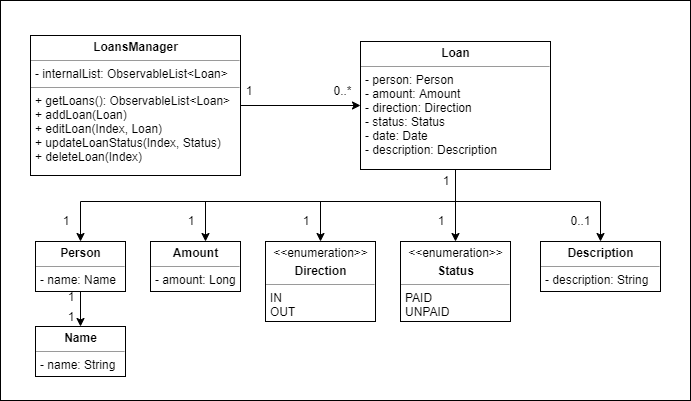
Before: docs/images/LoanClassDiagram.png, a diagram exported from draw.io (nus-cs2103-AY1920S1/addressbook-level3). Source tidied: cells renumbered, new cells last; positions are measured from the earlier drawing's top-left corner, leaving out a move shared by most shapes.
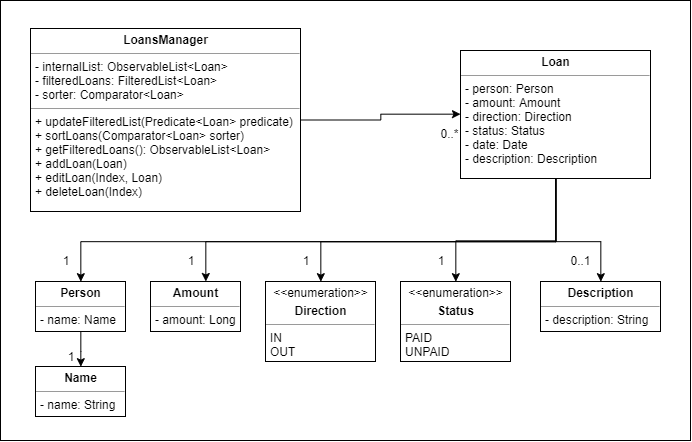
After the commit.

Diff of the diagram source:
```diff
@@ -3,18 +3,18 @@
     <mxCell id="0" />
     <mxCell id="1" parent="0" />
     <mxCell id="2" style="rounded=0;whiteSpace=wrap;html=1;" parent="1" vertex="1">
-      <mxGeometry width="690" height="400" as="geometry" />
+      <mxGeometry y="-40" width="690" height="440" as="geometry" />
     </mxCell>
     <mxCell id="3" style="edgeStyle=orthogonalEdgeStyle;rounded=0;jettySize=auto;html=1;exitX=1;exitY=0.5;exitDx=0;exitDy=0;" parent="1" edge="1" source="4" target="10">
       <mxGeometry relative="1" as="geometry" />
     </mxCell>
-    <mxCell id="4" value="&lt;p style=&quot;margin: 0px ; margin-top: 4px ; text-align: center&quot;&gt;&lt;b&gt;LoansManager&lt;/b&gt;&lt;br&gt;&lt;/p&gt;&lt;hr size=&quot;1&quot;&gt;&lt;p style=&quot;margin: 0px ; margin-left: 4px&quot;&gt;- internalList: ObservableList&amp;lt;Loan&amp;gt;&lt;/p&gt;&lt;hr size=&quot;1&quot;&gt;&lt;p style=&quot;margin: 0px ; margin-left: 4px&quot;&gt;+ getLoans(): ObservableList&amp;lt;Loan&amp;gt;&lt;br&gt;+ addLoan(Loan)&lt;/p&gt;&lt;p style=&quot;margin: 0px ; margin-left: 4px&quot;&gt;+ editLoan(Index, Loan)&lt;/p&gt;&lt;p style=&quot;margin: 0px ; margin-left: 4px&quot;&gt;+ updateLoanStatus(Index, Status)&lt;/p&gt;&lt;p style=&quot;margin: 0px ; margin-left: 4px&quot;&gt;+ deleteLoan(Index)&lt;/p&gt;" style="verticalAlign=top;align=left;overflow=fill;fontSize=12;fontFamily=Helvetica;html=1;rounded=0;shadow=0;comic=0;labelBackgroundColor=none;strokeColor=#000000;strokeWidth=1;fillColor=#ffffff;" parent="1" vertex="1">
-      <mxGeometry x="30" y="35" width="210" height="140" as="geometry" />
+    <mxCell id="4" value="&lt;p style=&quot;margin: 0px ; margin-top: 4px ; text-align: center&quot;&gt;&lt;b&gt;LoansManager&lt;/b&gt;&lt;br&gt;&lt;/p&gt;&lt;hr size=&quot;1&quot;&gt;&lt;p style=&quot;margin: 0px ; margin-left: 4px&quot;&gt;- internalList: ObservableList&amp;lt;Loan&amp;gt;&lt;/p&gt;&lt;p style=&quot;margin: 0px ; margin-left: 4px&quot;&gt;- filteredLoans: FilteredList&amp;lt;Loan&amp;gt;&lt;br&gt;&lt;/p&gt;&lt;p style=&quot;margin: 0px ; margin-left: 4px&quot;&gt;- sorter: Comparator&amp;lt;Loan&amp;gt;&lt;/p&gt;&lt;hr size=&quot;1&quot;&gt;&lt;p style=&quot;margin: 0px ; margin-left: 4px&quot;&gt;+ updateFilteredList(Predicate&amp;lt;Loan&amp;gt; predicate)&lt;/p&gt;&lt;p style=&quot;margin: 0px ; margin-left: 4px&quot;&gt;+ sortLoans(Comparator&amp;lt;Loan&amp;gt; sorter)&lt;/p&gt;&lt;p style=&quot;margin: 0px ; margin-left: 4px&quot;&gt;&lt;span&gt;+ getFilteredLoans(): ObservableList&amp;lt;Loan&amp;gt;&lt;/span&gt;&lt;/p&gt;&lt;p style=&quot;margin: 0px ; margin-left: 4px&quot;&gt;+ addLoan(Loan)&lt;/p&gt;&lt;p style=&quot;margin: 0px ; margin-left: 4px&quot;&gt;+ editLoan(Index, Loan)&lt;/p&gt;&lt;p style=&quot;margin: 0px ; margin-left: 4px&quot;&gt;+ deleteLoan(Index)&lt;/p&gt;" style="verticalAlign=top;align=left;overflow=fill;fontSize=12;fontFamily=Helvetica;html=1;rounded=0;shadow=0;comic=0;labelBackgroundColor=none;strokeColor=#000000;strokeWidth=1;fillColor=#ffffff;" parent="1" vertex="1">
+      <mxGeometry x="30" y="-12" width="270" height="183" as="geometry" />
     </mxCell>
     <mxCell id="5" style="edgeStyle=orthogonalEdgeStyle;rounded=0;jettySize=auto;html=1;entryX=0.5;entryY=0;entryDx=0;entryDy=0;" parent="1" edge="1" source="10" target="12">
       <mxGeometry relative="1" as="geometry">
         <Array as="points">
-          <mxPoint x="455" y="201" />
+          <mxPoint x="555" y="201" />
           <mxPoint x="80" y="201" />
         </Array>
       </mxGeometry>
@@ -22,18 +22,23 @@
     <mxCell id="6" style="edgeStyle=orthogonalEdgeStyle;rounded=0;jettySize=auto;html=1;" parent="1" edge="1" source="10" target="14">
       <mxGeometry relative="1" as="geometry">
         <Array as="points">
-          <mxPoint x="455" y="201" />
+          <mxPoint x="555" y="201" />
           <mxPoint x="205" y="201" />
         </Array>
       </mxGeometry>
     </mxCell>
     <mxCell id="7" style="edgeStyle=orthogonalEdgeStyle;rounded=0;jettySize=auto;html=1;entryX=0.5;entryY=0;entryDx=0;entryDy=0;" parent="1" edge="1" source="10" target="17">
-      <mxGeometry relative="1" as="geometry" />
+      <mxGeometry relative="1" as="geometry">
+        <Array as="points">
+          <mxPoint x="555" y="200" />
+          <mxPoint x="455" y="200" />
+        </Array>
+      </mxGeometry>
     </mxCell>
     <mxCell id="8" style="edgeStyle=orthogonalEdgeStyle;rounded=0;jettySize=auto;html=1;entryX=0.5;entryY=0;entryDx=0;entryDy=0;" parent="1" edge="1" source="10" target="16">
       <mxGeometry relative="1" as="geometry">
         <Array as="points">
-          <mxPoint x="455" y="201" />
+          <mxPoint x="555" y="201" />
           <mxPoint x="600" y="201" />
         </Array>
       </mxGeometry>
@@ -41,13 +46,13 @@
     <mxCell id="9" style="edgeStyle=orthogonalEdgeStyle;rounded=0;jettySize=auto;html=1;entryX=0.5;entryY=0;entryDx=0;entryDy=0;" parent="1" edge="1" source="10" target="15">
       <mxGeometry relative="1" as="geometry">
         <Array as="points">
-          <mxPoint x="455" y="201" />
+          <mxPoint x="555" y="201" />
           <mxPoint x="320" y="201" />
         </Array>
       </mxGeometry>
     </mxCell>
     <mxCell id="10" value="&lt;p style=&quot;margin: 0px ; margin-top: 4px ; text-align: center&quot;&gt;&lt;b&gt;Loan&lt;/b&gt;&lt;br&gt;&lt;/p&gt;&lt;hr size=&quot;1&quot;&gt;&lt;p style=&quot;margin: 0px ; margin-left: 4px&quot;&gt;- person: Person&lt;/p&gt;&lt;p style=&quot;margin: 0px ; margin-left: 4px&quot;&gt;- amount: Amount&lt;/p&gt;&lt;p style=&quot;margin: 0px ; margin-left: 4px&quot;&gt;- direction: Direction&lt;/p&gt;&lt;p style=&quot;margin: 0px ; margin-left: 4px&quot;&gt;- status: Status&lt;/p&gt;&lt;p style=&quot;margin: 0px ; margin-left: 4px&quot;&gt;- date: Date&lt;/p&gt;&lt;p style=&quot;margin: 0px ; margin-left: 4px&quot;&gt;- description: Description&lt;/p&gt;" style="verticalAlign=top;align=left;overflow=fill;fontSize=12;fontFamily=Helvetica;html=1;rounded=0;shadow=0;comic=0;labelBackgroundColor=none;strokeColor=#000000;strokeWidth=1;fillColor=#ffffff;" parent="1" vertex="1">
-      <mxGeometry x="360" y="41" width="190" height="128" as="geometry" />
+      <mxGeometry x="460" y="10" width="190" height="128" as="geometry" />
     </mxCell>
     <mxCell id="11" style="edgeStyle=orthogonalEdgeStyle;rounded=0;jettySize=auto;html=1;entryX=0.5;entryY=0;entryDx=0;entryDy=0;" parent="1" edge="1" source="12" target="13">
       <mxGeometry relative="1" as="geometry" />
@@ -70,11 +75,8 @@
     <mxCell id="17" value="&lt;p style=&quot;margin: 0px ; margin-top: 4px ; text-align: center&quot;&gt;&amp;lt;&amp;lt;enumeration&amp;gt;&amp;gt;&lt;/p&gt;&lt;p style=&quot;margin: 0px ; margin-top: 4px ; text-align: center&quot;&gt;&lt;b&gt;Status&lt;/b&gt;&lt;/p&gt;&lt;hr size=&quot;1&quot;&gt;&lt;p style=&quot;margin: 0px ; margin-left: 4px&quot;&gt;PAID&lt;/p&gt;&lt;p style=&quot;margin: 0px ; margin-left: 4px&quot;&gt;UNPAID&lt;/p&gt;" style="verticalAlign=top;align=left;overflow=fill;fontSize=12;fontFamily=Helvetica;html=1;rounded=0;shadow=0;comic=0;labelBackgroundColor=none;strokeColor=#000000;strokeWidth=1;fillColor=#ffffff;" parent="1" vertex="1">
       <mxGeometry x="400" y="241" width="110" height="80" as="geometry" />
     </mxCell>
-    <mxCell id="18" value="1" style="text;html=1;strokeColor=none;fillColor=none;align=center;verticalAlign=middle;whiteSpace=wrap;rounded=0;" parent="1" vertex="1">
-      <mxGeometry x="240" y="80" width="15" height="20" as="geometry" />
-    </mxCell>
     <mxCell id="19" value="0..*" style="text;html=1;strokeColor=none;fillColor=none;align=center;verticalAlign=middle;whiteSpace=wrap;rounded=0;" parent="1" vertex="1">
-      <mxGeometry x="330" y="80" width="23" height="20" as="geometry" />
+      <mxGeometry x="437" y="82.5" width="23" height="20" as="geometry" />
     </mxCell>
     <mxCell id="20" value="1" style="text;html=1;strokeColor=none;fillColor=none;align=center;verticalAlign=middle;whiteSpace=wrap;rounded=0;" parent="1" vertex="1">
       <mxGeometry x="60" y="210" width="10" height="20" as="geometry" />
@@ -94,11 +96,5 @@
     <mxCell id="25" value="1" style="text;html=1;strokeColor=none;fillColor=none;align=center;verticalAlign=middle;whiteSpace=wrap;rounded=0;" parent="1" vertex="1">
       <mxGeometry x="435" y="210" width="10" height="20" as="geometry" />
     </mxCell>
-    <mxCell id="26" value="1" style="text;html=1;strokeColor=none;fillColor=none;align=center;verticalAlign=middle;whiteSpace=wrap;rounded=0;" parent="1" vertex="1">
-      <mxGeometry x="440" y="170" width="10" height="20" as="geometry" />
-    </mxCell>
-    <mxCell id="27" value="1" style="text;html=1;strokeColor=none;fillColor=none;align=center;verticalAlign=middle;whiteSpace=wrap;rounded=0;" parent="1" vertex="1">
-      <mxGeometry x="65" y="286" width="10" height="20" as="geometry" />
-    </mxCell>
   </root>
 </mxGraphModel>
```
